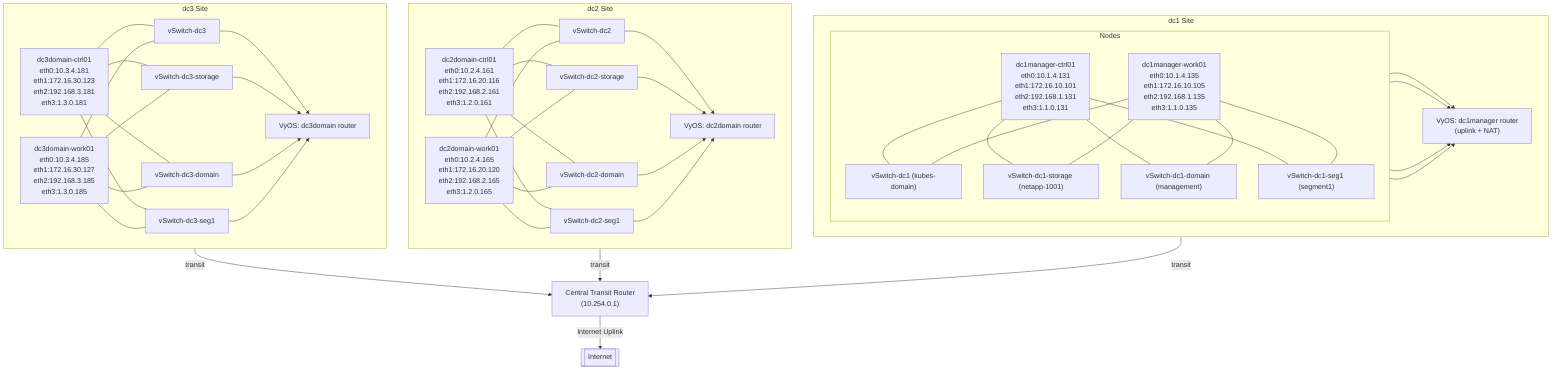
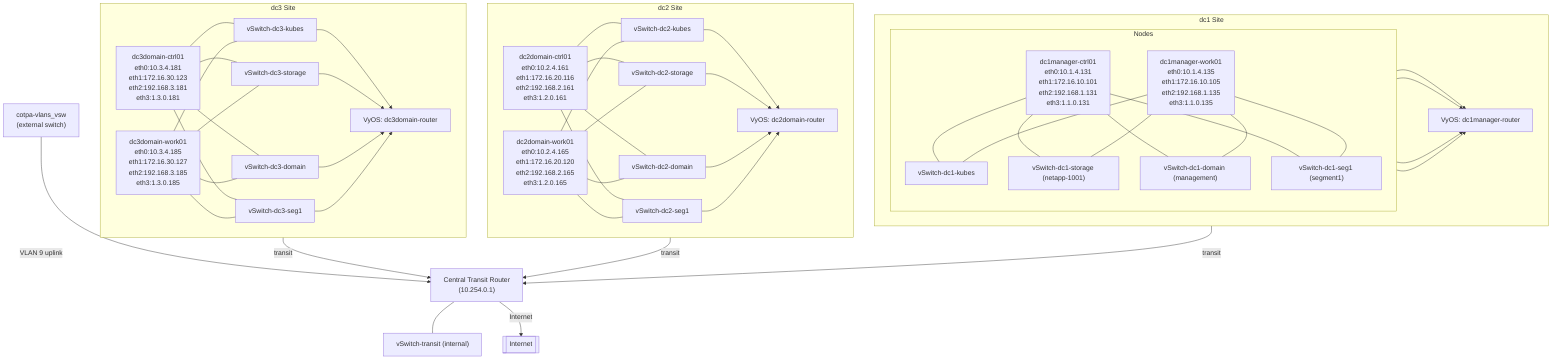
%% Mermaid Network Topology Diagram - Multicluster Home Lab
%% Shows per-site networks, vSwitches, routers, and node NIC attachments

flowchart TB
  subgraph DC1 [dc1 Site]
    direction LR
-     vsw1["vSwitch-dc1 (kubes-domain)"]
+     vsw1["vSwitch-dc1-kubes"]
    vsw1s["vSwitch-dc1-storage (netapp-1001)"]
    vdom["vSwitch-dc1-domain (management)"]
    vseg["vSwitch-dc1-seg1 (segment1)"]
-     router1["VyOS: dc1manager router\n(uplink + NAT)"]
+     router1["VyOS: dc1manager-router"]
    vsw1 --> router1
    vsw1s --> router1
    vdom --> router1
    vseg --> router1

    subgraph DC1Nodes [Nodes]
      direction TB
      n1["dc1manager-ctrl01\neth0:10.1.4.131\neth1:172.16.10.101\neth2:192.168.1.131\neth3:1.1.0.131"]
      n2["dc1manager-work01\neth0:10.1.4.135\neth1:172.16.10.105\neth2:192.168.1.135\neth3:1.1.0.135"]
      n1 --- vsw1
      n1 --- vsw1s
      n1 --- vdom
      n1 --- vseg
      n2 --- vsw1
      n2 --- vsw1s
      n2 --- vdom
      n2 --- vseg
    end
  end

  subgraph DC2 [dc2 Site]
    direction LR
-     v2["vSwitch-dc2"]
+     v2["vSwitch-dc2-kubes"]
    v2s["vSwitch-dc2-storage"]
    v2d["vSwitch-dc2-domain"]
    v2g["vSwitch-dc2-seg1"]
-     router2["VyOS: dc2domain router"]
+     router2["VyOS: dc2domain-router"]
    v2 --> router2
    v2s --> router2
    v2d --> router2
    v2g --> router2

    n3["dc2domain-ctrl01\neth0:10.2.4.161\neth1:172.16.20.116\neth2:192.168.2.161\neth3:1.2.0.161"]
    n4["dc2domain-work01\neth0:10.2.4.165\neth1:172.16.20.120\neth2:192.168.2.165\neth3:1.2.0.165"]
    n3 --- v2
    n3 --- v2s
    n3 --- v2d
    n3 --- v2g
    n4 --- v2
    n4 --- v2s
    n4 --- v2d
    n4 --- v2g
  end

  subgraph DC3 [dc3 Site]
    direction LR
-     v3["vSwitch-dc3"]
+     v3["vSwitch-dc3-kubes"]
    v3s["vSwitch-dc3-storage"]
    v3d["vSwitch-dc3-domain"]
    v3g["vSwitch-dc3-seg1"]
-     router3["VyOS: dc3domain router"]
+     router3["VyOS: dc3domain-router"]
    v3 --> router3
    v3s --> router3
    v3d --> router3
    v3g --> router3

    n5["dc3domain-ctrl01\neth0:10.3.4.181\neth1:172.16.30.123\neth2:192.168.3.181\neth3:1.3.0.181"]
    n6["dc3domain-work01\neth0:10.3.4.185\neth1:172.16.30.127\neth2:192.168.3.185\neth3:1.3.0.185"]
    n5 --- v3
    n5 --- v3s
    n5 --- v3d
    n5 --- v3g
    n6 --- v3
    n6 --- v3s
    n6 --- v3d
    n6 --- v3g
  end

-   %% Inter-site connectivity: each site router connects to Central Transit Router, which connects to the Internet
+   %% Inter-site connectivity: each site router connects to Central Transit Router.
+   transit["vSwitch-transit (internal)"]
  router2 -->|transit| central["Central Transit Router\n(10.254.0.1)"]
  router3 -->|transit| central
  router1 -->|transit| central
-   central -->|Internet Uplink| Internet[[Internet]]
+   central --- transit

-   click router1 "../configs/nodes/network/vyos/dc1manager.vyos" "dc1manager VyOS fragment"
-   click router2 "../configs/nodes/network/vyos/dc2domain.vyos" "dc2domain VyOS fragment"
-   click router3 "../configs/nodes/network/vyos/dc3domain.vyos" "dc3domain VyOS fragment"
-   click central "../configs/nodes/network/vyos/central-router.vyos" "Central router vyos fragment"
+   extsw["cotpa-vlans_vsw\n(external switch)"]
+   extsw -->|VLAN 9 uplink| central
+   central -->|Internet| Internet[[Internet]]
+ 
+   click central "../scripts/create-vyos-routers.ps1" "Router provisioning script"
+   click n1 "../configs/home-lab/nodes/dc1manager-ctrl01.yaml" "dc1manager control node manifest"
+   click n3 "../configs/home-lab/nodes/dc2domain-ctrl01.yaml" "dc2domain control node manifest"
+   click n5 "../configs/home-lab/nodes/dc3domain-ctrl01.yaml" "dc3domain control node manifest"
